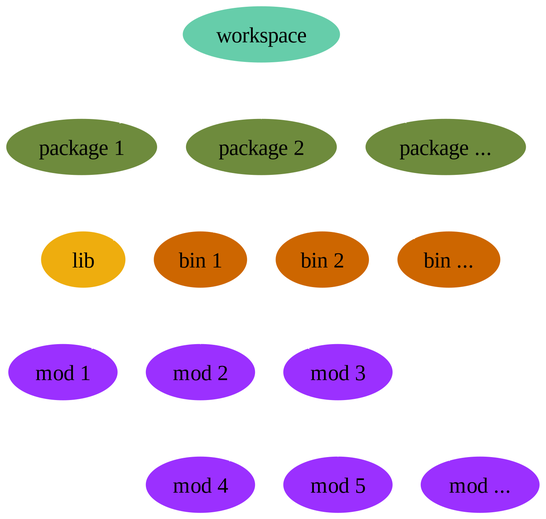
The Graphviz diagram slides/day/2/public/proj_org.png in senekor/rust-workshop, before a commit. Its source is kept beside it as slides/day/2/theory/7_proj_org/proj_org.dot. Its diagram source:
```dot
digraph proj_structure {
    graph [dpi = 300;];
    bgcolor = "#00000000";
    node [color = "#00000000";];
    edge [color = white;];

    workspace [style = filled;fillcolor = "mediumaquamarine";];

    workspace -> "package 1";
    workspace -> "package 2";
    workspace -> "package ...";

    "package 1" [style = filled;fillcolor = "darkolivegreen4";];
    "package 2" [style = filled;fillcolor = "darkolivegreen4";];
    "package ..." [style = filled;fillcolor = "darkolivegreen4";];

    "package 2" -> lib;
    "package 2" -> "bin 1";
    "package 2" -> "bin 2";
    "package 2" -> "bin ...";

    lib [style = filled;fillcolor = "darkgoldenrod2";];
    "bin 1" [style = filled;fillcolor = "darkorange3";];
    "bin 2" [style = filled;fillcolor = "darkorange3";];
    "bin ..." [style = filled;fillcolor = "darkorange3";];

    "bin 1" -> "mod 1";
    "bin 1" -> "mod 2";
    "bin 1" -> "mod 3";

    "mod 3" -> "mod 4";
    "mod 3" -> "mod 5";
    "mod 3" -> "mod ...";

    "mod 1" [style = filled;fillcolor = "purple1";];
    "mod 2" [style = filled;fillcolor = "purple1";];
    "mod 3" [style = filled;fillcolor = "purple1";];
    "mod 4" [style = filled;fillcolor = "purple1";];
    "mod 5" [style = filled;fillcolor = "purple1";];
    "mod ..." [style = filled;fillcolor = "purple1";];
}
```
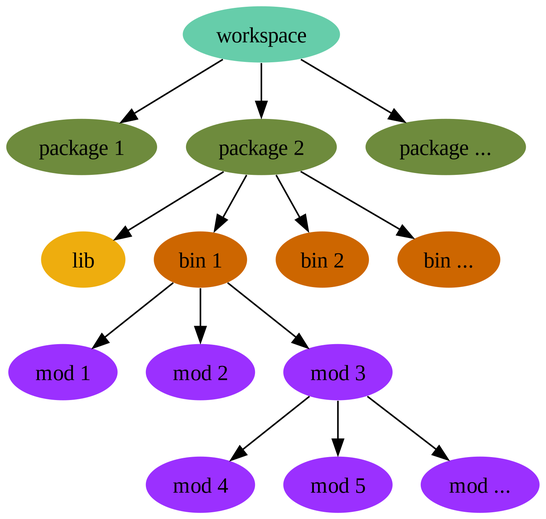
The same file after the commit.

Diff of the diagram source:
```diff
@@ -1,8 +1,8 @@
 digraph proj_structure {
     graph [dpi = 300;];
-    bgcolor = "#00000000";
+    bgcolor = "#ffffff40";
     node [color = "#00000000";];
-    edge [color = white;];
+    edge [color = black;];
 
     workspace [style = filled;fillcolor = "mediumaquamarine";];
 
```
